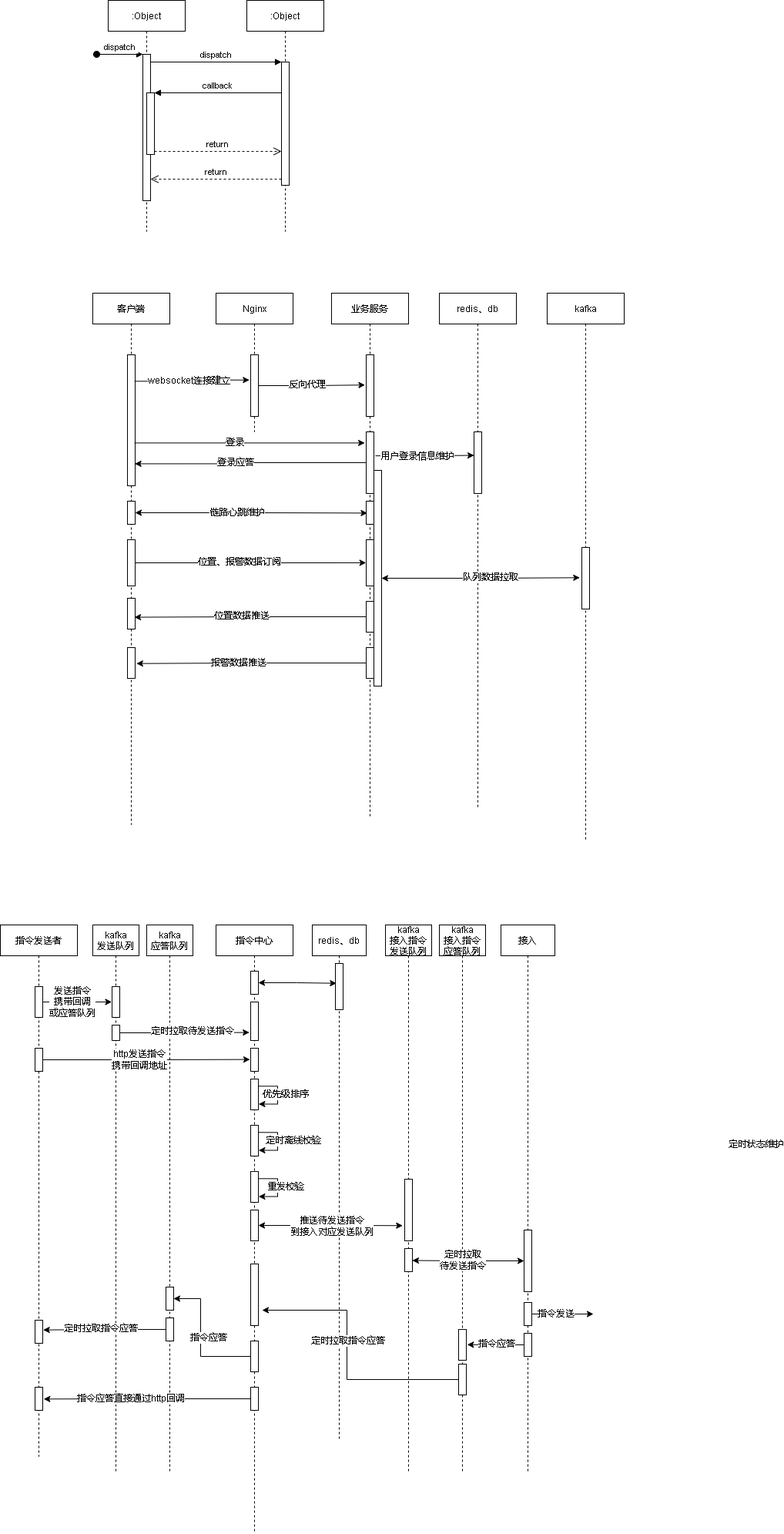
This is cgopro关键业务.drawio.png from xktder/draw, a draw.io export, as it was before one commit. Source tidied: cells renumbered, new cells last; positions are measured from the earlier drawing's top-left corner, leaving out a move shared by most shapes.
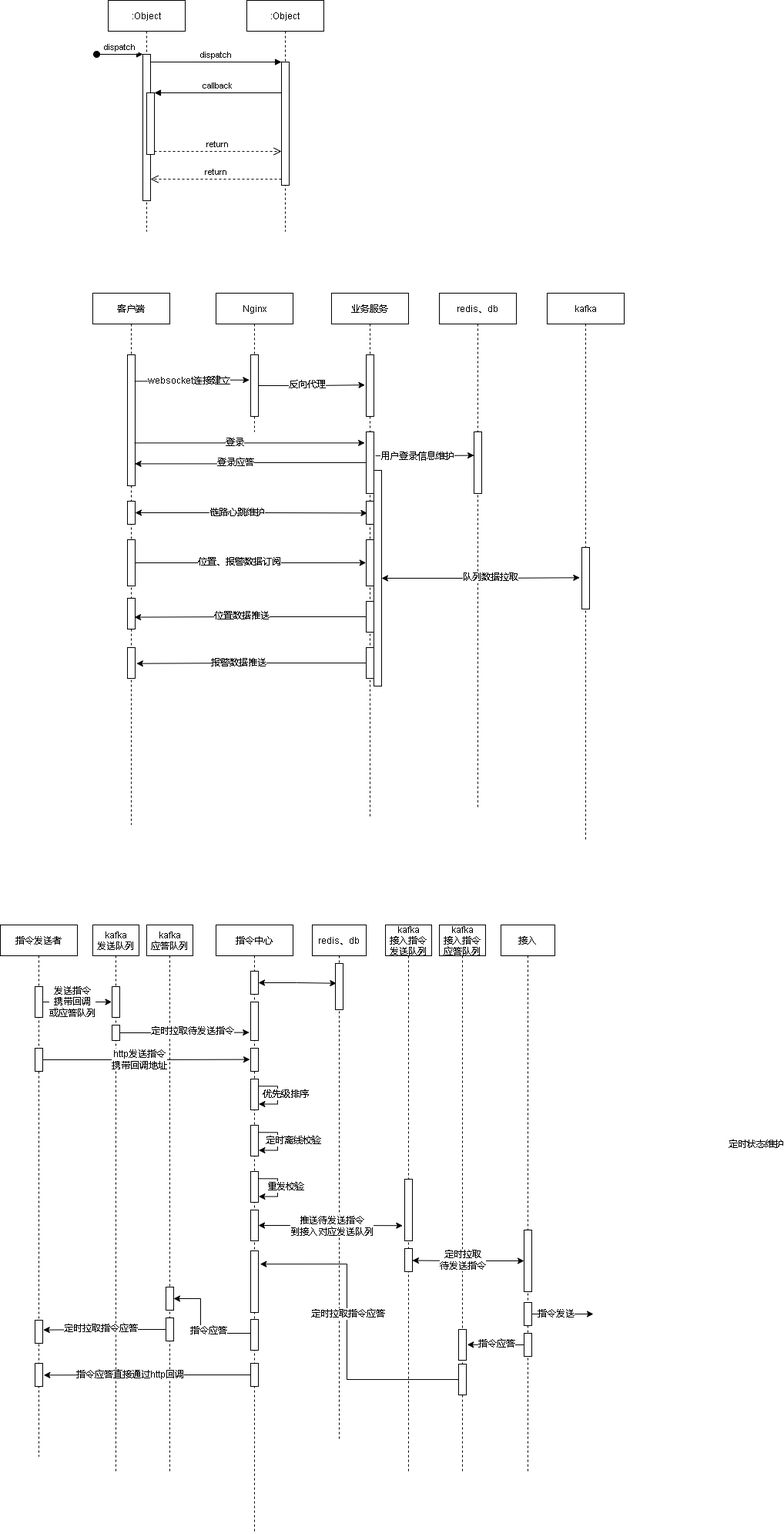
After the change.

Commit message:
更新cgopro关键业务.drawio.png

What changed in the source:
```diff
@@ -169,7 +169,7 @@
       <mxGeometry x="45" y="160" width="10" height="30" as="geometry" />
     </mxCell>
     <mxCell id="56" style="points=[];perimeter=orthogonalPerimeter;rounded=0;shadow=0;strokeWidth=1;" parent="52" vertex="1">
-      <mxGeometry x="45" y="600" width="10" height="30" as="geometry" />
+      <mxGeometry x="45" y="569" width="10" height="30" as="geometry" />
     </mxCell>
     <mxCell id="57" value="指令中心" style="shape=umlLifeline;perimeter=lifelinePerimeter;rounded=0;shadow=0;strokeWidth=1;" parent="1" vertex="1">
       <mxGeometry x="280" y="1200" width="100" height="790" as="geometry" />
@@ -235,13 +235,13 @@
       <mxGeometry x="45" y="370" width="10" height="40" as="geometry" />
     </mxCell>
     <mxCell id="71" style="points=[];perimeter=orthogonalPerimeter;rounded=0;shadow=0;strokeWidth=1;" parent="57" vertex="1">
-      <mxGeometry x="45" y="440" width="10" height="80" as="geometry" />
+      <mxGeometry x="45" y="423" width="10" height="80" as="geometry" />
     </mxCell>
     <mxCell id="72" style="points=[];perimeter=orthogonalPerimeter;rounded=0;shadow=0;strokeWidth=1;" parent="57" vertex="1">
-      <mxGeometry x="45" y="540" width="10" height="40" as="geometry" />
+      <mxGeometry x="45" y="512" width="10" height="40" as="geometry" />
     </mxCell>
     <mxCell id="73" style="points=[];perimeter=orthogonalPerimeter;rounded=0;shadow=0;strokeWidth=1;" parent="57" vertex="1">
-      <mxGeometry x="45" y="600" width="10" height="30" as="geometry" />
+      <mxGeometry x="45" y="569" width="10" height="30" as="geometry" />
     </mxCell>
     <mxCell id="74" value="redis、db" style="shape=umlLifeline;perimeter=lifelinePerimeter;rounded=0;shadow=0;strokeWidth=1;" parent="1" vertex="1">
       <mxGeometry x="405" y="1200" width="70" height="670" as="geometry" />
@@ -357,11 +357,11 @@
         <mxPoint x="8" as="offset" />
       </mxGeometry>
     </mxCell>
-    <mxCell id="108" style="edgeStyle=orthogonalEdgeStyle;rounded=0;jettySize=auto;html=1;entryX=1.5;entryY=0.75;entryDx=0;entryDy=0;entryPerimeter=0;startArrow=none;startFill=0;" parent="1" edge="1" source="101" target="71">
+    <mxCell id="108" style="edgeStyle=orthogonalEdgeStyle;rounded=0;jettySize=auto;html=1;entryX=1.233;entryY=0.215;entryDx=0;entryDy=0;entryPerimeter=0;startArrow=none;startFill=0;" parent="1" edge="1" source="101" target="71">
       <mxGeometry relative="1" as="geometry">
         <Array as="points">
           <mxPoint x="450" y="1790" />
-          <mxPoint x="450" y="1700" />
+          <mxPoint x="450" y="1640" />
         </Array>
       </mxGeometry>
     </mxCell>
@@ -371,7 +371,7 @@
     <mxCell id="110" style="edgeStyle=orthogonalEdgeStyle;rounded=0;jettySize=auto;html=1;startArrow=none;startFill=0;" parent="1" edge="1" source="72" target="87">
       <mxGeometry relative="1" as="geometry">
         <Array as="points">
-          <mxPoint x="260" y="1760" />
+          <mxPoint x="260" y="1730" />
           <mxPoint x="260" y="1685" />
         </Array>
       </mxGeometry>
```
